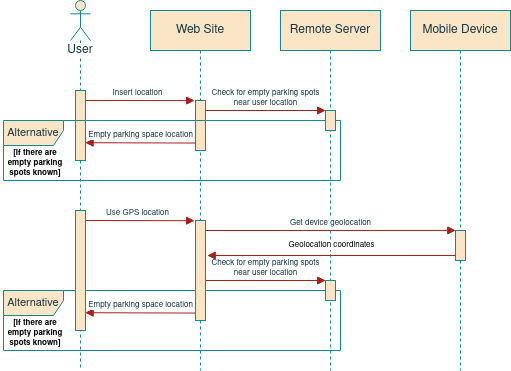
Earlier version of the draw.io export project/report/images/06remote_system/WebSite_SeqDiagram.png (ESRGgroup9/slipad). Source tidied: cells renumbered, new cells last; positions are measured from the earlier drawing's top-left corner, leaving out a move shared by most shapes.
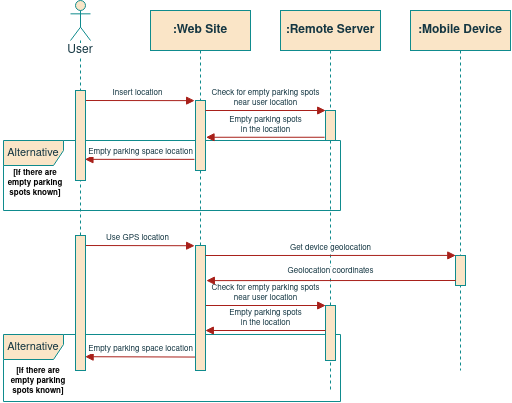
Later version of the same file.

Diff of the diagram source:
```diff
@@ -2,6 +2,9 @@
   <root>
     <mxCell id="0" />
     <mxCell id="1" parent="0" />
+    <mxCell id="8" value="&lt;font style=&quot;font-size: 11px&quot;&gt;Alternative&lt;/font&gt;" style="shape=umlFrame;whiteSpace=wrap;html=1;width=60;height=25;fillColor=#FAE5C7;strokeColor=#0F8B8D;fontColor=#143642;" parent="1" vertex="1">
+      <mxGeometry x="3" y="140" width="337" height="70" as="geometry" />
+    </mxCell>
     <mxCell id="2" value="Insert location" style="html=1;verticalAlign=bottom;endArrow=block;rounded=0;entryX=-0.086;entryY=0.002;entryDx=0;entryDy=0;entryPerimeter=0;fontSize=8;labelBackgroundColor=none;strokeColor=#A8201A;fontColor=#143642;" parent="1" edge="1" target="6">
       <mxGeometry relative="1" as="geometry">
         <mxPoint x="80" y="100" as="sourcePoint" />
@@ -11,83 +14,89 @@
       <mxGeometry x="70" width="20" height="370" as="geometry" />
     </mxCell>
     <mxCell id="4" style="html=1;points=[];perimeter=orthogonalPerimeter;fillColor=#FAE5C7;strokeColor=#0F8B8D;fontColor=#143642;" parent="3" vertex="1">
-      <mxGeometry x="5" y="90" width="10" height="70" as="geometry" />
+      <mxGeometry x="5" y="90" width="10" height="90" as="geometry" />
     </mxCell>
-    <mxCell id="5" value="Web Site" style="shape=umlLifeline;perimeter=lifelinePerimeter;whiteSpace=wrap;html=1;fillColor=#FAE5C7;strokeColor=#0F8B8D;fontColor=#143642;" parent="1" vertex="1">
+    <mxCell id="5" value="&lt;b&gt;:Web Site&lt;/b&gt;" style="shape=umlLifeline;perimeter=lifelinePerimeter;whiteSpace=wrap;html=1;fillColor=#FAE5C7;strokeColor=#0F8B8D;fontColor=#143642;" parent="1" vertex="1">
       <mxGeometry x="150" y="10" width="100" height="360" as="geometry" />
     </mxCell>
     <mxCell id="6" style="html=1;points=[];perimeter=orthogonalPerimeter;fillColor=#FAE5C7;strokeColor=#0F8B8D;fontColor=#143642;" parent="5" vertex="1">
-      <mxGeometry x="45" y="90" width="10" height="50" as="geometry" />
+      <mxGeometry x="45" y="90" width="10" height="70" as="geometry" />
     </mxCell>
     <mxCell id="7" value="&lt;div&gt;Check for empty parking spots&lt;/div&gt;&lt;div&gt;near user location&lt;br&gt;&lt;/div&gt;" style="html=1;verticalAlign=bottom;endArrow=block;rounded=0;entryX=0.02;entryY=0;entryDx=0;entryDy=0;entryPerimeter=0;fontSize=8;labelBackgroundColor=none;strokeColor=#A8201A;fontColor=#143642;" parent="5" edge="1" target="11">
       <mxGeometry relative="1" as="geometry">
         <mxPoint x="55" y="100" as="sourcePoint" />
       </mxGeometry>
     </mxCell>
-    <mxCell id="8" value="&lt;font style=&quot;font-size: 11px&quot;&gt;Alternative&lt;/font&gt;" style="shape=umlFrame;whiteSpace=wrap;html=1;width=60;height=25;fillColor=#FAE5C7;strokeColor=#0F8B8D;fontColor=#143642;" parent="5" vertex="1">
-      <mxGeometry x="-147" y="110" width="337" height="60" as="geometry" />
-    </mxCell>
-    <mxCell id="9" value="&lt;div&gt;[If there are empty parking spots known]&lt;br&gt;&lt;/div&gt;" style="text;html=1;strokeColor=none;fillColor=none;align=center;verticalAlign=middle;whiteSpace=wrap;rounded=0;fontSize=8;fontStyle=1;" parent="5" vertex="1">
-      <mxGeometry x="-150" y="143" width="70" height="20" as="geometry" />
-    </mxCell>
-    <mxCell id="10" value="Remote Server" style="shape=umlLifeline;perimeter=lifelinePerimeter;whiteSpace=wrap;html=1;fillColor=#FAE5C7;strokeColor=#0F8B8D;fontColor=#143642;" parent="1" vertex="1">
-      <mxGeometry x="280" y="10" width="100" height="360" as="geometry" />
+    <mxCell id="10" value=":Remote Server" style="shape=umlLifeline;perimeter=lifelinePerimeter;whiteSpace=wrap;html=1;fillColor=#FAE5C7;strokeColor=#0F8B8D;fontColor=#143642;fontStyle=1;" parent="1" vertex="1">
+      <mxGeometry x="280" y="10" width="100" height="380" as="geometry" />
     </mxCell>
     <mxCell id="11" style="html=1;points=[];perimeter=orthogonalPerimeter;fillColor=#FAE5C7;strokeColor=#0F8B8D;fontColor=#143642;" parent="10" vertex="1">
-      <mxGeometry x="45" y="100" width="10" height="20" as="geometry" />
+      <mxGeometry x="45" y="100" width="10" height="30" as="geometry" />
     </mxCell>
     <mxCell id="12" value="&lt;div&gt;Check for empty parking spots&lt;/div&gt;&lt;div&gt;near user location&lt;br&gt;&lt;/div&gt;" style="html=1;verticalAlign=bottom;endArrow=block;rounded=0;entryX=0.02;entryY=0;entryDx=0;entryDy=0;entryPerimeter=0;fontSize=8;labelBackgroundColor=none;strokeColor=#A8201A;fontColor=#143642;" parent="10" edge="1" target="15">
       <mxGeometry relative="1" as="geometry">
-        <mxPoint x="-75" y="270" as="sourcePoint" />
+        <mxPoint x="-75" y="295" as="sourcePoint" />
       </mxGeometry>
     </mxCell>
     <mxCell id="13" value="&lt;font style=&quot;font-size: 11px&quot;&gt;Alternative&lt;/font&gt;" style="shape=umlFrame;whiteSpace=wrap;html=1;width=60;height=25;fillColor=#FAE5C7;strokeColor=#0F8B8D;fontColor=#143642;" parent="10" vertex="1">
-      <mxGeometry x="-277" y="280" width="337" height="60" as="geometry" />
+      <mxGeometry x="-277" y="324" width="337" height="67" as="geometry" />
     </mxCell>
-    <mxCell id="14" value="&lt;div&gt;[If there are empty parking spots known]&lt;br&gt;&lt;/div&gt;" style="text;html=1;strokeColor=none;fillColor=none;align=center;verticalAlign=middle;whiteSpace=wrap;rounded=0;fontSize=8;fontStyle=1;" parent="10" vertex="1">
-      <mxGeometry x="-280" y="313" width="70" height="20" as="geometry" />
-    </mxCell>
     <mxCell id="15" style="html=1;points=[];perimeter=orthogonalPerimeter;fillColor=#FAE5C7;strokeColor=#0F8B8D;fontColor=#143642;" parent="10" vertex="1">
-      <mxGeometry x="45" y="270" width="10" height="20" as="geometry" />
+      <mxGeometry x="45" y="295" width="10" height="55" as="geometry" />
     </mxCell>
     <mxCell id="16" value="Empty parking space location" style="html=1;verticalAlign=bottom;endArrow=block;rounded=0;fontSize=8;labelBackgroundColor=default;strokeColor=#A8201A;fontColor=#143642;labelBorderColor=none;exitX=0.02;exitY=0.851;exitDx=0;exitDy=0;exitPerimeter=0;entryX=0.962;entryY=0.746;entryDx=0;entryDy=0;entryPerimeter=0;" parent="10" edge="1">
       <mxGeometry relative="1" as="geometry">
-        <mxPoint x="-84.8" y="302.5" as="sourcePoint" />
-        <mxPoint x="-195.4" y="302.2" as="targetPoint" />
+        <mxPoint x="-84.8" y="346.5" as="sourcePoint" />
+        <mxPoint x="-195.4" y="346.2" as="targetPoint" />
       </mxGeometry>
     </mxCell>
-    <mxCell id="17" value="Empty parking space location" style="html=1;verticalAlign=bottom;endArrow=block;rounded=0;fontSize=8;labelBackgroundColor=default;strokeColor=#A8201A;fontColor=#143642;labelBorderColor=none;exitX=0.02;exitY=0.851;exitDx=0;exitDy=0;exitPerimeter=0;entryX=0.962;entryY=0.746;entryDx=0;entryDy=0;entryPerimeter=0;" parent="1" edge="1" source="6" target="4">
+    <mxCell id="17" value="Empty parking space location" style="html=1;verticalAlign=bottom;endArrow=block;rounded=0;fontSize=8;labelBackgroundColor=default;strokeColor=#A8201A;fontColor=#143642;labelBorderColor=none;entryX=0.944;entryY=0.765;entryDx=0;entryDy=0;entryPerimeter=0;exitX=-0.107;exitY=0.841;exitDx=0;exitDy=0;exitPerimeter=0;" parent="1" edge="1" source="6" target="4">
       <mxGeometry relative="1" as="geometry" />
     </mxCell>
-    <mxCell id="18" value="Mobile Device" style="shape=umlLifeline;perimeter=lifelinePerimeter;whiteSpace=wrap;html=1;fillColor=#FAE5C7;strokeColor=#0F8B8D;fontColor=#143642;" parent="1" vertex="1">
+    <mxCell id="18" value=":Mobile Device" style="shape=umlLifeline;perimeter=lifelinePerimeter;whiteSpace=wrap;html=1;fillColor=#FAE5C7;strokeColor=#0F8B8D;fontColor=#143642;fontStyle=1;" parent="1" vertex="1">
       <mxGeometry x="410" y="10" width="100" height="360" as="geometry" />
     </mxCell>
     <mxCell id="19" value="Use GPS location" style="html=1;verticalAlign=bottom;endArrow=block;rounded=0;entryX=-0.086;entryY=0.002;entryDx=0;entryDy=0;entryPerimeter=0;fontSize=8;labelBackgroundColor=none;strokeColor=#A8201A;fontColor=#143642;" parent="18" edge="1" target="21">
       <mxGeometry relative="1" as="geometry">
-        <mxPoint x="-330" y="210" as="sourcePoint" />
+        <mxPoint x="-330" y="235" as="sourcePoint" />
       </mxGeometry>
     </mxCell>
     <mxCell id="20" style="html=1;perimeter=orthogonalPerimeter;fillColor=#FAE5C7;strokeColor=#0F8B8D;fontColor=#143642;" parent="18" vertex="1">
-      <mxGeometry x="-335" y="200" width="10" height="120" as="geometry" />
+      <mxGeometry x="-335" y="225" width="10" height="135" as="geometry" />
     </mxCell>
     <mxCell id="21" style="html=1;points=[];perimeter=orthogonalPerimeter;fillColor=#FAE5C7;strokeColor=#0F8B8D;fontColor=#143642;" parent="18" vertex="1">
-      <mxGeometry x="-215" y="210" width="10" height="100" as="geometry" />
+      <mxGeometry x="-215" y="235" width="10" height="125" as="geometry" />
     </mxCell>
     <mxCell id="22" value="Get device geolocation" style="html=1;verticalAlign=bottom;endArrow=block;rounded=0;entryX=0.029;entryY=-0.003;entryDx=0;entryDy=0;entryPerimeter=0;fontSize=8;labelBackgroundColor=default;strokeColor=#A8201A;fontColor=#143642;" parent="18" edge="1" target="23">
       <mxGeometry relative="1" as="geometry">
-        <mxPoint x="-205" y="220" as="sourcePoint" />
+        <mxPoint x="-205" y="245" as="sourcePoint" />
       </mxGeometry>
     </mxCell>
     <mxCell id="23" style="html=1;points=[];perimeter=orthogonalPerimeter;fillColor=#FAE5C7;strokeColor=#0F8B8D;fontColor=#143642;" parent="18" vertex="1">
-      <mxGeometry x="45" y="220" width="10" height="30" as="geometry" />
+      <mxGeometry x="45" y="245" width="10" height="30" as="geometry" />
     </mxCell>
-    <mxCell id="24" style="html=1;verticalAlign=bottom;endArrow=block;rounded=0;fontSize=8;labelBackgroundColor=default;strokeColor=#A8201A;fontColor=#143642;exitX=0.029;exitY=0.833;exitDx=0;exitDy=0;exitPerimeter=0;entryX=1.171;entryY=0.35;entryDx=0;entryDy=0;entryPerimeter=0;" parent="18" edge="1" source="23" target="21">
+    <mxCell id="24" style="html=1;verticalAlign=bottom;endArrow=block;rounded=0;fontSize=8;labelBackgroundColor=default;strokeColor=#A8201A;fontColor=#143642;exitX=0.029;exitY=0.833;exitDx=0;exitDy=0;exitPerimeter=0;entryX=1.083;entryY=0.281;entryDx=0;entryDy=0;entryPerimeter=0;" parent="18" edge="1" source="23" target="21">
       <mxGeometry relative="1" as="geometry" />
     </mxCell>
-    <mxCell id="25" value="Geolocation coordinates" style="edgeLabel;html=1;align=center;verticalAlign=middle;fontSize=8;" parent="24" vertex="1">
+    <mxCell id="25" value="Geolocation coordinates" style="edgeLabel;html=1;align=center;verticalAlign=middle;fontSize=8;fontColor=#143642;" parent="24" vertex="1">
       <mxGeometry x="0.07" y="-1" relative="1" as="geometry">
         <mxPoint x="8" y="-9" as="offset" />
       </mxGeometry>
     </mxCell>
+    <mxCell id="9" value="&lt;div&gt;[If there are empty parking spots known]&lt;br&gt;&lt;/div&gt;" style="text;html=1;strokeColor=none;fillColor=none;align=center;verticalAlign=middle;whiteSpace=wrap;rounded=0;fontSize=8;fontStyle=1;" parent="1" vertex="1">
+      <mxGeometry y="173" width="70" height="20" as="geometry" />
+    </mxCell>
+    <mxCell id="26" value="&lt;div&gt;Empty parking spots &lt;br&gt;&lt;/div&gt;&lt;div&gt;in the location&lt;/div&gt;" style="html=1;verticalAlign=bottom;endArrow=block;rounded=0;fontSize=8;labelBackgroundColor=none;strokeColor=#A8201A;fontColor=#143642;exitX=-0.09;exitY=0.892;exitDx=0;exitDy=0;exitPerimeter=0;entryX=1.052;entryY=0.525;entryDx=0;entryDy=0;entryPerimeter=0;" parent="1" edge="1" source="11" target="6">
+      <mxGeometry relative="1" as="geometry" />
+    </mxCell>
+    <mxCell id="14" value="&lt;div&gt;[If there are empty parking spots known]&lt;br&gt;&lt;/div&gt;" style="text;html=1;strokeColor=none;fillColor=none;align=center;verticalAlign=middle;whiteSpace=wrap;rounded=0;fontSize=8;fontStyle=1;" parent="1" vertex="1">
+      <mxGeometry x="3" y="371" width="70" height="20" as="geometry" />
+    </mxCell>
+    <mxCell id="27" value="&lt;div&gt;Empty parking spots &lt;br&gt;&lt;/div&gt;&lt;div&gt;in the location&lt;/div&gt;" style="html=1;verticalAlign=bottom;endArrow=block;rounded=0;entryX=0.02;entryY=0;entryDx=0;entryDy=0;entryPerimeter=0;fontSize=8;labelBackgroundColor=none;strokeColor=#A8201A;fontColor=#143642;" parent="1" edge="1">
+      <mxGeometry relative="1" as="geometry">
+        <mxPoint x="325" y="330" as="sourcePoint" />
+        <mxPoint x="204.8" y="330" as="targetPoint" />
+      </mxGeometry>
+    </mxCell>
   </root>
 </mxGraphModel>
```
